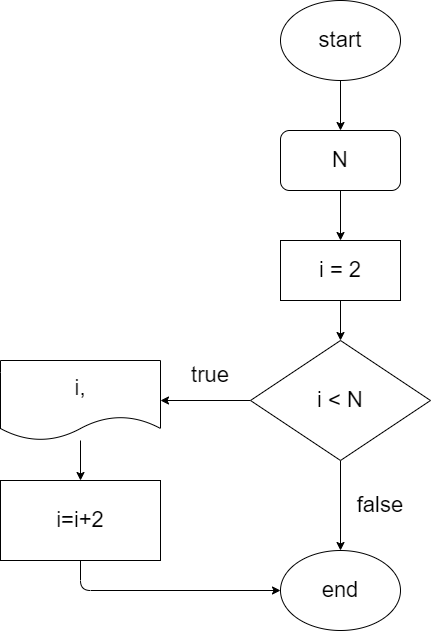
The draw.io diagram Control_work/control_work.drawio.png in VitaliiSolomaha/GB_Vit, before a commit. Source tidied: cells renumbered, new cells last; positions are measured from the earlier drawing's top-left corner, leaving out a move shared by most shapes. Source of this version:
```xml
<mxGraphModel>
  <root>
    <mxCell id="0" />
    <mxCell id="1" parent="0" />
    <mxCell id="2" style="edgeStyle=none;html=1;fontSize=22;strokeWidth=1;startArrow=none;" parent="1" edge="1" source="14">
      <mxGeometry relative="1" as="geometry">
        <mxPoint x="340" y="130" as="targetPoint" />
      </mxGeometry>
    </mxCell>
    <mxCell id="3" style="edgeStyle=none;html=1;entryX=0.5;entryY=0;entryDx=0;entryDy=0;fontSize=22;" parent="1" edge="1" source="4" target="14">
      <mxGeometry relative="1" as="geometry" />
    </mxCell>
    <mxCell id="4" value="&lt;font style=&quot;font-size: 22px&quot;&gt;start&lt;/font&gt;" style="ellipse;whiteSpace=wrap;html=1;strokeWidth=1;fontSize=22;" parent="1" vertex="1">
      <mxGeometry x="280" width="120" height="80" as="geometry" />
    </mxCell>
    <mxCell id="5" style="edgeStyle=none;html=1;fontSize=22;strokeWidth=1;" parent="1" edge="1" source="7" target="9">
      <mxGeometry relative="1" as="geometry" />
    </mxCell>
    <mxCell id="6" style="edgeStyle=none;html=1;fontSize=22;" parent="1" edge="1" source="7" target="12">
      <mxGeometry relative="1" as="geometry" />
    </mxCell>
    <mxCell id="7" value="i &amp;lt; N" style="rhombus;whiteSpace=wrap;html=1;rounded=0;strokeWidth=1;fontSize=22;" parent="1" vertex="1">
      <mxGeometry x="250" y="340" width="180" height="120" as="geometry" />
    </mxCell>
    <mxCell id="8" style="edgeStyle=none;html=1;entryX=0.5;entryY=0;entryDx=0;entryDy=0;fontSize=22;" parent="1" edge="1" source="9" target="18">
      <mxGeometry relative="1" as="geometry" />
    </mxCell>
    <mxCell id="9" value="i," style="shape=document;whiteSpace=wrap;html=1;boundedLbl=1;rounded=0;strokeWidth=1;fontSize=22;" parent="1" vertex="1">
      <mxGeometry y="360" width="160" height="80" as="geometry" />
    </mxCell>
    <mxCell id="10" value="true" style="text;html=1;strokeColor=none;fillColor=none;align=center;verticalAlign=middle;whiteSpace=wrap;rounded=0;fontSize=22;" parent="1" vertex="1">
      <mxGeometry x="180" y="360" width="60" height="30" as="geometry" />
    </mxCell>
    <mxCell id="11" value="false" style="text;html=1;strokeColor=none;fillColor=none;align=center;verticalAlign=middle;whiteSpace=wrap;rounded=0;fontSize=22;" parent="1" vertex="1">
      <mxGeometry x="350" y="490" width="60" height="30" as="geometry" />
    </mxCell>
    <mxCell id="12" value="end" style="ellipse;whiteSpace=wrap;html=1;fontSize=22;strokeWidth=1;" parent="1" vertex="1">
      <mxGeometry x="280" y="550" width="120" height="80" as="geometry" />
    </mxCell>
    <mxCell id="13" style="edgeStyle=none;html=1;entryX=0.5;entryY=0;entryDx=0;entryDy=0;fontSize=22;" parent="1" edge="1" source="14" target="16">
      <mxGeometry relative="1" as="geometry" />
    </mxCell>
    <mxCell id="14" value="N" style="rounded=1;whiteSpace=wrap;html=1;fontSize=22;" parent="1" vertex="1">
      <mxGeometry x="280" y="130" width="120" height="60" as="geometry" />
    </mxCell>
    <mxCell id="15" style="edgeStyle=none;html=1;fontSize=22;" parent="1" edge="1" source="16" target="7">
      <mxGeometry relative="1" as="geometry" />
    </mxCell>
    <mxCell id="16" value="i = 2" style="rounded=0;whiteSpace=wrap;html=1;fontSize=22;" parent="1" vertex="1">
      <mxGeometry x="280" y="240" width="120" height="60" as="geometry" />
    </mxCell>
    <mxCell id="17" style="edgeStyle=none;html=1;entryX=0;entryY=0.5;entryDx=0;entryDy=0;fontSize=22;" parent="1" edge="1" source="18" target="12">
      <mxGeometry relative="1" as="geometry">
        <Array as="points">
          <mxPoint x="80" y="590" />
        </Array>
      </mxGeometry>
    </mxCell>
    <mxCell id="18" value="i=i+2" style="rounded=0;whiteSpace=wrap;html=1;fontSize=22;" parent="1" vertex="1">
      <mxGeometry y="480" width="160" height="80" as="geometry" />
    </mxCell>
  </root>
</mxGraphModel>
```
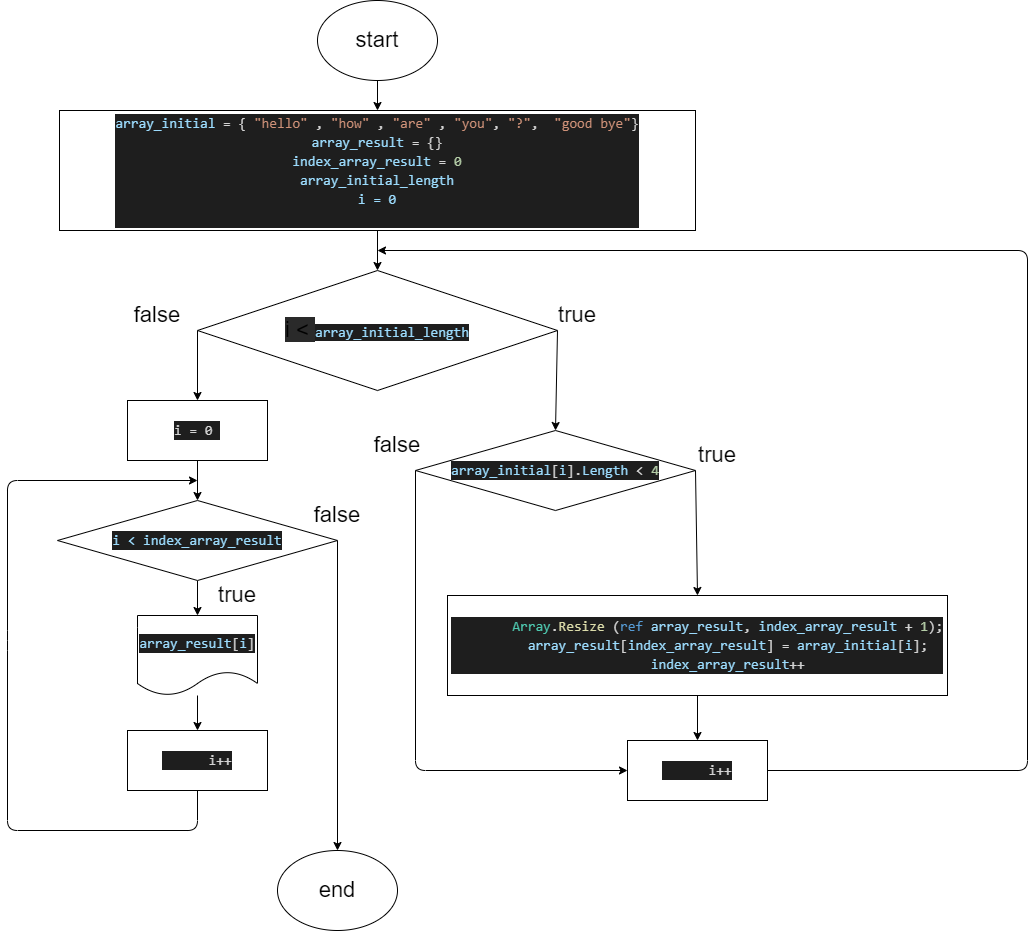
The same file after the commit.

What changed in the source:
```diff
@@ -2,62 +2,121 @@
   <root>
     <mxCell id="0" />
     <mxCell id="1" parent="0" />
-    <mxCell id="2" style="edgeStyle=none;html=1;fontSize=22;strokeWidth=1;startArrow=none;" parent="1" edge="1" source="14">
+    <mxCell id="2" style="edgeStyle=none;html=1;fontSize=22;strokeWidth=1;startArrow=none;" parent="1" edge="1">
       <mxGeometry relative="1" as="geometry">
+        <mxPoint x="340" y="130" as="sourcePoint" />
         <mxPoint x="340" y="130" as="targetPoint" />
       </mxGeometry>
     </mxCell>
-    <mxCell id="3" style="edgeStyle=none;html=1;entryX=0.5;entryY=0;entryDx=0;entryDy=0;fontSize=22;" parent="1" edge="1" source="4" target="14">
-      <mxGeometry relative="1" as="geometry" />
-    </mxCell>
+    <mxCell id="19" style="edgeStyle=none;html=1;exitX=0.5;exitY=1;exitDx=0;exitDy=0;entryX=0.5;entryY=0;entryDx=0;entryDy=0;" parent="1" edge="1" source="4" target="16">
+      <mxGeometry relative="1" as="geometry" />
+    </mxCell>
     <mxCell id="4" value="&lt;font style=&quot;font-size: 22px&quot;&gt;start&lt;/font&gt;" style="ellipse;whiteSpace=wrap;html=1;strokeWidth=1;fontSize=22;" parent="1" vertex="1">
-      <mxGeometry x="280" width="120" height="80" as="geometry" />
+      <mxGeometry x="280" y="-150" width="120" height="80" as="geometry" />
     </mxCell>
-    <mxCell id="5" style="edgeStyle=none;html=1;fontSize=22;strokeWidth=1;" parent="1" edge="1" source="7" target="9">
-      <mxGeometry relative="1" as="geometry" />
-    </mxCell>
-    <mxCell id="6" style="edgeStyle=none;html=1;fontSize=22;" parent="1" edge="1" source="7" target="12">
-      <mxGeometry relative="1" as="geometry" />
-    </mxCell>
+    <mxCell id="20" style="edgeStyle=none;html=1;exitX=1;exitY=0.5;exitDx=0;exitDy=0;entryX=0.5;entryY=0;entryDx=0;entryDy=0;" parent="1" edge="1" source="7" target="24">
+      <mxGeometry relative="1" as="geometry" />
+    </mxCell>
+    <mxCell id="21" style="edgeStyle=none;html=1;exitX=0;exitY=0.5;exitDx=0;exitDy=0;" parent="1" edge="1" source="7">
+      <mxGeometry relative="1" as="geometry">
+        <mxPoint x="160" y="250" as="targetPoint" />
+      </mxGeometry>
+    </mxCell>
-    <mxCell id="7" value="i &amp;lt; N" style="rhombus;whiteSpace=wrap;html=1;rounded=0;strokeWidth=1;fontSize=22;" parent="1" vertex="1">
-      <mxGeometry x="250" y="340" width="180" height="120" as="geometry" />
+    <mxCell id="7" value="&lt;span style=&quot;background-color: rgb(42 , 42 , 42)&quot;&gt;i &amp;lt;&amp;nbsp;&lt;/span&gt;&lt;span style=&quot;color: rgb(156 , 220 , 254) ; background-color: rgb(30 , 30 , 30) ; font-family: &amp;#34;consolas&amp;#34; , &amp;#34;courier new&amp;#34; , monospace ; font-size: 14px&quot;&gt;array_initial_length&lt;/span&gt;" style="rhombus;whiteSpace=wrap;html=1;rounded=0;strokeWidth=1;fontSize=22;" parent="1" vertex="1">
+      <mxGeometry x="160" y="120" width="360" height="120" as="geometry" />
     </mxCell>
-    <mxCell id="8" style="edgeStyle=none;html=1;entryX=0.5;entryY=0;entryDx=0;entryDy=0;fontSize=22;" parent="1" edge="1" source="9" target="18">
-      <mxGeometry relative="1" as="geometry" />
-    </mxCell>
-    <mxCell id="9" value="i," style="shape=document;whiteSpace=wrap;html=1;boundedLbl=1;rounded=0;strokeWidth=1;fontSize=22;" parent="1" vertex="1">
-      <mxGeometry y="360" width="160" height="80" as="geometry" />
-    </mxCell>
     <mxCell id="10" value="true" style="text;html=1;strokeColor=none;fillColor=none;align=center;verticalAlign=middle;whiteSpace=wrap;rounded=0;fontSize=22;" parent="1" vertex="1">
-      <mxGeometry x="180" y="360" width="60" height="30" as="geometry" />
+      <mxGeometry x="510" y="150" width="60" height="30" as="geometry" />
     </mxCell>
     <mxCell id="11" value="false" style="text;html=1;strokeColor=none;fillColor=none;align=center;verticalAlign=middle;whiteSpace=wrap;rounded=0;fontSize=22;" parent="1" vertex="1">
-      <mxGeometry x="350" y="490" width="60" height="30" as="geometry" />
+      <mxGeometry x="90" y="150" width="60" height="30" as="geometry" />
     </mxCell>
-    <mxCell id="12" value="end" style="ellipse;whiteSpace=wrap;html=1;fontSize=22;strokeWidth=1;" parent="1" vertex="1">
-      <mxGeometry x="280" y="550" width="120" height="80" as="geometry" />
-    </mxCell>
-    <mxCell id="13" style="edgeStyle=none;html=1;entryX=0.5;entryY=0;entryDx=0;entryDy=0;fontSize=22;" parent="1" edge="1" source="14" target="16">
-      <mxGeometry relative="1" as="geometry" />
-    </mxCell>
-    <mxCell id="14" value="N" style="rounded=1;whiteSpace=wrap;html=1;fontSize=22;" parent="1" vertex="1">
-      <mxGeometry x="280" y="130" width="120" height="60" as="geometry" />
-    </mxCell>
     <mxCell id="15" style="edgeStyle=none;html=1;fontSize=22;" parent="1" edge="1" source="16" target="7">
       <mxGeometry relative="1" as="geometry" />
     </mxCell>
-    <mxCell id="16" value="i = 2" style="rounded=0;whiteSpace=wrap;html=1;fontSize=22;" parent="1" vertex="1">
-      <mxGeometry x="280" y="240" width="120" height="60" as="geometry" />
+    <mxCell id="16" value="&lt;div style=&quot;color: rgb(212 , 212 , 212) ; background-color: rgb(30 , 30 , 30) ; font-family: &amp;#34;consolas&amp;#34; , &amp;#34;courier new&amp;#34; , monospace ; font-size: 14px ; line-height: 19px&quot;&gt;&lt;div&gt;&lt;div style=&quot;line-height: 19px&quot;&gt;&lt;span style=&quot;color: #9cdcfe&quot;&gt;array_initial&lt;/span&gt; = { &lt;span style=&quot;color: #ce9178&quot;&gt;&quot;hello&quot;&lt;/span&gt; , &lt;span style=&quot;color: #ce9178&quot;&gt;&quot;how&quot;&lt;/span&gt; , &lt;span style=&quot;color: #ce9178&quot;&gt;&quot;are&quot;&lt;/span&gt; , &lt;span style=&quot;color: #ce9178&quot;&gt;&quot;you&quot;&lt;/span&gt;, &lt;span style=&quot;color: #ce9178&quot;&gt;&quot;?&quot;&lt;/span&gt;, &amp;nbsp;&lt;span style=&quot;color: #ce9178&quot;&gt;&quot;good bye&quot;&lt;/span&gt;}&lt;/div&gt;&lt;/div&gt;&lt;div style=&quot;line-height: 19px&quot;&gt;&lt;div style=&quot;font-family: &amp;#34;consolas&amp;#34; , &amp;#34;courier new&amp;#34; , monospace ; line-height: 19px&quot;&gt;&lt;span style=&quot;color: #9cdcfe&quot;&gt;array_result&lt;/span&gt; = {}&lt;/div&gt;&lt;div style=&quot;font-family: &amp;#34;consolas&amp;#34; , &amp;#34;courier new&amp;#34; , monospace ; line-height: 19px&quot;&gt;&lt;div style=&quot;font-family: &amp;#34;consolas&amp;#34; , &amp;#34;courier new&amp;#34; , monospace ; line-height: 19px&quot;&gt;&lt;span style=&quot;color: #9cdcfe&quot;&gt;index_array_result&lt;/span&gt; = &lt;span style=&quot;color: #b5cea8&quot;&gt;0&lt;/span&gt;&lt;/div&gt;&lt;div style=&quot;font-family: &amp;#34;consolas&amp;#34; , &amp;#34;courier new&amp;#34; , monospace ; line-height: 19px&quot;&gt;&lt;div style=&quot;line-height: 19px&quot;&gt;&lt;span style=&quot;color: #9cdcfe&quot;&gt;array_initial_length&lt;/span&gt;&lt;/div&gt;&lt;div style=&quot;line-height: 19px&quot;&gt;&lt;span style=&quot;color: #9cdcfe&quot;&gt;i = 0&lt;/span&gt;&lt;/div&gt;&lt;div style=&quot;line-height: 19px&quot;&gt;&lt;span style=&quot;color: #9cdcfe&quot;&gt;&lt;br&gt;&lt;/span&gt;&lt;/div&gt;&lt;/div&gt;&lt;/div&gt;&lt;/div&gt;&lt;div&gt;&lt;/div&gt;&lt;/div&gt;" style="rounded=0;whiteSpace=wrap;html=1;fontSize=22;" parent="1" vertex="1">
+      <mxGeometry x="22" y="-40" width="636" height="120" as="geometry" />
     </mxCell>
-    <mxCell id="17" style="edgeStyle=none;html=1;entryX=0;entryY=0.5;entryDx=0;entryDy=0;fontSize=22;" parent="1" edge="1" source="18" target="12">
-      <mxGeometry relative="1" as="geometry">
-        <Array as="points">
-          <mxPoint x="80" y="590" />
-        </Array>
-      </mxGeometry>
-    </mxCell>
-    <mxCell id="18" value="i=i+2" style="rounded=0;whiteSpace=wrap;html=1;fontSize=22;" parent="1" vertex="1">
-      <mxGeometry y="480" width="160" height="80" as="geometry" />
-    </mxCell>
+    <mxCell id="22" style="edgeStyle=none;html=1;exitX=1;exitY=0.5;exitDx=0;exitDy=0;entryX=0.5;entryY=0;entryDx=0;entryDy=0;" parent="1" edge="1" source="24" target="26">
+      <mxGeometry relative="1" as="geometry" />
+    </mxCell>
+    <mxCell id="23" style="edgeStyle=none;html=1;exitX=0;exitY=0.5;exitDx=0;exitDy=0;entryX=0;entryY=0.5;entryDx=0;entryDy=0;" parent="1" edge="1" source="24" target="29">
+      <mxGeometry relative="1" as="geometry">
+        <Array as="points">
+          <mxPoint x="378" y="620" />
+        </Array>
+      </mxGeometry>
+    </mxCell>
+    <mxCell id="24" value="&lt;div style=&quot;color: rgb(212 , 212 , 212) ; background-color: rgb(30 , 30 , 30) ; font-family: &amp;#34;consolas&amp;#34; , &amp;#34;courier new&amp;#34; , monospace ; font-size: 14px ; line-height: 19px&quot;&gt;&lt;span style=&quot;color: #9cdcfe&quot;&gt;array_initial&lt;/span&gt;[&lt;span style=&quot;color: #9cdcfe&quot;&gt;i&lt;/span&gt;].&lt;span style=&quot;color: #9cdcfe&quot;&gt;Length&lt;/span&gt; &amp;lt; &lt;span style=&quot;color: #b5cea8&quot;&gt;4&lt;/span&gt;&lt;/div&gt;" style="rhombus;whiteSpace=wrap;html=1;" parent="1" vertex="1">
+      <mxGeometry x="378" y="280" width="280" height="80" as="geometry" />
+    </mxCell>
+    <mxCell id="25" style="edgeStyle=none;html=1;exitX=0.5;exitY=1;exitDx=0;exitDy=0;" parent="1" edge="1" source="26" target="29">
+      <mxGeometry relative="1" as="geometry" />
+    </mxCell>
+    <mxCell id="26" value="&lt;div style=&quot;color: rgb(212 , 212 , 212) ; background-color: rgb(30 , 30 , 30) ; font-family: &amp;#34;consolas&amp;#34; , &amp;#34;courier new&amp;#34; , monospace ; font-size: 14px ; line-height: 19px&quot;&gt;&lt;div&gt;&amp;nbsp; &amp;nbsp; &amp;nbsp; &amp;nbsp; &lt;span style=&quot;color: #4ec9b0&quot;&gt;Array&lt;/span&gt;.&lt;span style=&quot;color: #dcdcaa&quot;&gt;Resize&lt;/span&gt; (&lt;span style=&quot;color: #569cd6&quot;&gt;ref&lt;/span&gt; &lt;span style=&quot;color: #9cdcfe&quot;&gt;array_result&lt;/span&gt;, &lt;span style=&quot;color: #9cdcfe&quot;&gt;index_array_result&lt;/span&gt; + &lt;span style=&quot;color: #b5cea8&quot;&gt;1&lt;/span&gt;);&lt;/div&gt;&lt;div&gt;&amp;nbsp; &amp;nbsp; &amp;nbsp; &amp;nbsp; &lt;span style=&quot;color: #9cdcfe&quot;&gt;array_result&lt;/span&gt;[&lt;span style=&quot;color: #9cdcfe&quot;&gt;index_array_result&lt;/span&gt;] = &lt;span style=&quot;color: #9cdcfe&quot;&gt;array_initial&lt;/span&gt;[&lt;span style=&quot;color: #9cdcfe&quot;&gt;i&lt;/span&gt;];&lt;/div&gt;&lt;div&gt;&amp;nbsp; &amp;nbsp; &amp;nbsp; &amp;nbsp; &lt;span style=&quot;color: #9cdcfe&quot;&gt;index_array_result&lt;/span&gt;++&lt;/div&gt;&lt;/div&gt;" style="rounded=0;whiteSpace=wrap;html=1;" parent="1" vertex="1">
+      <mxGeometry x="410" y="445" width="500" height="100" as="geometry" />
+    </mxCell>
+    <mxCell id="27" value="true" style="text;html=1;strokeColor=none;fillColor=none;align=center;verticalAlign=middle;whiteSpace=wrap;rounded=0;fontSize=22;" parent="1" vertex="1">
+      <mxGeometry x="650" y="290" width="60" height="30" as="geometry" />
+    </mxCell>
+    <mxCell id="28" style="edgeStyle=none;html=1;exitX=1;exitY=0.5;exitDx=0;exitDy=0;" parent="1" edge="1" source="29">
+      <mxGeometry relative="1" as="geometry">
+        <mxPoint x="340" y="100" as="targetPoint" />
+        <Array as="points">
+          <mxPoint x="990" y="620" />
+          <mxPoint x="990" y="100" />
+        </Array>
+      </mxGeometry>
+    </mxCell>
+    <mxCell id="29" value="&lt;div style=&quot;color: rgb(212 , 212 , 212) ; background-color: rgb(30 , 30 , 30) ; font-family: &amp;#34;consolas&amp;#34; , &amp;#34;courier new&amp;#34; , monospace ; font-size: 14px ; line-height: 19px&quot;&gt;&lt;div&gt;&amp;nbsp; &amp;nbsp; &amp;nbsp; i++&lt;/div&gt;&lt;/div&gt;" style="rounded=0;whiteSpace=wrap;html=1;" parent="1" vertex="1">
+      <mxGeometry x="590" y="590" width="140" height="60" as="geometry" />
+    </mxCell>
+    <mxCell id="30" value="false" style="text;html=1;strokeColor=none;fillColor=none;align=center;verticalAlign=middle;whiteSpace=wrap;rounded=0;fontSize=22;" parent="1" vertex="1">
+      <mxGeometry x="330" y="280" width="60" height="30" as="geometry" />
+    </mxCell>
+    <mxCell id="31" style="edgeStyle=none;html=1;exitX=0.5;exitY=1;exitDx=0;exitDy=0;entryX=0.5;entryY=0;entryDx=0;entryDy=0;" parent="1" edge="1" source="32" target="35">
+      <mxGeometry relative="1" as="geometry" />
+    </mxCell>
+    <mxCell id="32" value="&lt;div style=&quot;color: rgb(212 , 212 , 212) ; background-color: rgb(30 , 30 , 30) ; font-family: &amp;#34;consolas&amp;#34; , &amp;#34;courier new&amp;#34; , monospace ; font-size: 14px ; line-height: 19px&quot;&gt;&lt;div&gt;i = 0&amp;nbsp;&lt;/div&gt;&lt;/div&gt;" style="rounded=0;whiteSpace=wrap;html=1;" parent="1" vertex="1">
+      <mxGeometry x="90" y="250" width="140" height="60" as="geometry" />
+    </mxCell>
+    <mxCell id="33" style="edgeStyle=none;html=1;exitX=0.5;exitY=1;exitDx=0;exitDy=0;entryX=0.5;entryY=0;entryDx=0;entryDy=0;" parent="1" edge="1" source="35" target="39">
+      <mxGeometry relative="1" as="geometry" />
+    </mxCell>
+    <mxCell id="34" style="edgeStyle=none;html=1;exitX=1;exitY=0.5;exitDx=0;exitDy=0;entryX=0.5;entryY=0;entryDx=0;entryDy=0;" parent="1" edge="1" source="35" target="12">
+      <mxGeometry relative="1" as="geometry" />
+    </mxCell>
+    <mxCell id="35" value="&lt;div style=&quot;background-color: rgb(30 , 30 , 30) ; font-family: &amp;#34;consolas&amp;#34; , &amp;#34;courier new&amp;#34; , monospace ; font-size: 14px ; line-height: 19px&quot;&gt;&lt;font color=&quot;#9cdcfe&quot;&gt;i &amp;lt;&amp;nbsp;&lt;/font&gt;&lt;span style=&quot;color: rgb(156 , 220 , 254) ; font-family: &amp;#34;consolas&amp;#34; , &amp;#34;courier new&amp;#34; , monospace&quot;&gt;index_array_result&lt;/span&gt;&lt;/div&gt;" style="rhombus;whiteSpace=wrap;html=1;" parent="1" vertex="1">
+      <mxGeometry x="20" y="350" width="280" height="80" as="geometry" />
+    </mxCell>
+    <mxCell id="36" style="edgeStyle=none;html=1;exitX=0.5;exitY=1;exitDx=0;exitDy=0;" parent="1" edge="1" source="37">
+      <mxGeometry relative="1" as="geometry">
+        <mxPoint x="160" y="330" as="targetPoint" />
+        <Array as="points">
+          <mxPoint x="160" y="680" />
+          <mxPoint x="-30" y="680" />
+          <mxPoint x="-30" y="490" />
+          <mxPoint x="-30" y="330" />
+        </Array>
+      </mxGeometry>
+    </mxCell>
+    <mxCell id="37" value="&lt;div style=&quot;color: rgb(212 , 212 , 212) ; background-color: rgb(30 , 30 , 30) ; font-family: &amp;#34;consolas&amp;#34; , &amp;#34;courier new&amp;#34; , monospace ; font-size: 14px ; line-height: 19px&quot;&gt;&lt;div&gt;&amp;nbsp; &amp;nbsp; &amp;nbsp; i++&lt;/div&gt;&lt;/div&gt;" style="rounded=0;whiteSpace=wrap;html=1;" parent="1" vertex="1">
+      <mxGeometry x="90" y="580" width="140" height="60" as="geometry" />
+    </mxCell>
+    <mxCell id="38" style="edgeStyle=none;html=1;entryX=0.5;entryY=0;entryDx=0;entryDy=0;" parent="1" edge="1" source="39" target="37">
+      <mxGeometry relative="1" as="geometry" />
+    </mxCell>
+    <mxCell id="39" value="&lt;div style=&quot;color: rgb(212 , 212 , 212) ; background-color: rgb(30 , 30 , 30) ; font-family: &amp;#34;consolas&amp;#34; , &amp;#34;courier new&amp;#34; , monospace ; font-size: 14px ; line-height: 19px&quot;&gt;&lt;span style=&quot;color: #9cdcfe&quot;&gt;array_result&lt;/span&gt;[&lt;span style=&quot;color: #9cdcfe&quot;&gt;i&lt;/span&gt;]&lt;/div&gt;" style="shape=document;whiteSpace=wrap;html=1;boundedLbl=1;" parent="1" vertex="1">
+      <mxGeometry x="100" y="465" width="120" height="80" as="geometry" />
+    </mxCell>
+    <mxCell id="40" value="true" style="text;html=1;strokeColor=none;fillColor=none;align=center;verticalAlign=middle;whiteSpace=wrap;rounded=0;fontSize=22;" parent="1" vertex="1">
+      <mxGeometry x="170" y="430" width="60" height="30" as="geometry" />
+    </mxCell>
+    <mxCell id="12" value="&lt;font style=&quot;font-size: 22px&quot;&gt;end&lt;/font&gt;" style="ellipse;whiteSpace=wrap;html=1;strokeWidth=1;fontSize=22;" parent="1" vertex="1">
+      <mxGeometry x="240" y="700" width="120" height="80" as="geometry" />
+    </mxCell>
+    <mxCell id="41" value="false" style="text;html=1;strokeColor=none;fillColor=none;align=center;verticalAlign=middle;whiteSpace=wrap;rounded=0;fontSize=22;" parent="1" vertex="1">
+      <mxGeometry x="270" y="350" width="60" height="30" as="geometry" />
+    </mxCell>
   </root>
 </mxGraphModel>
```
